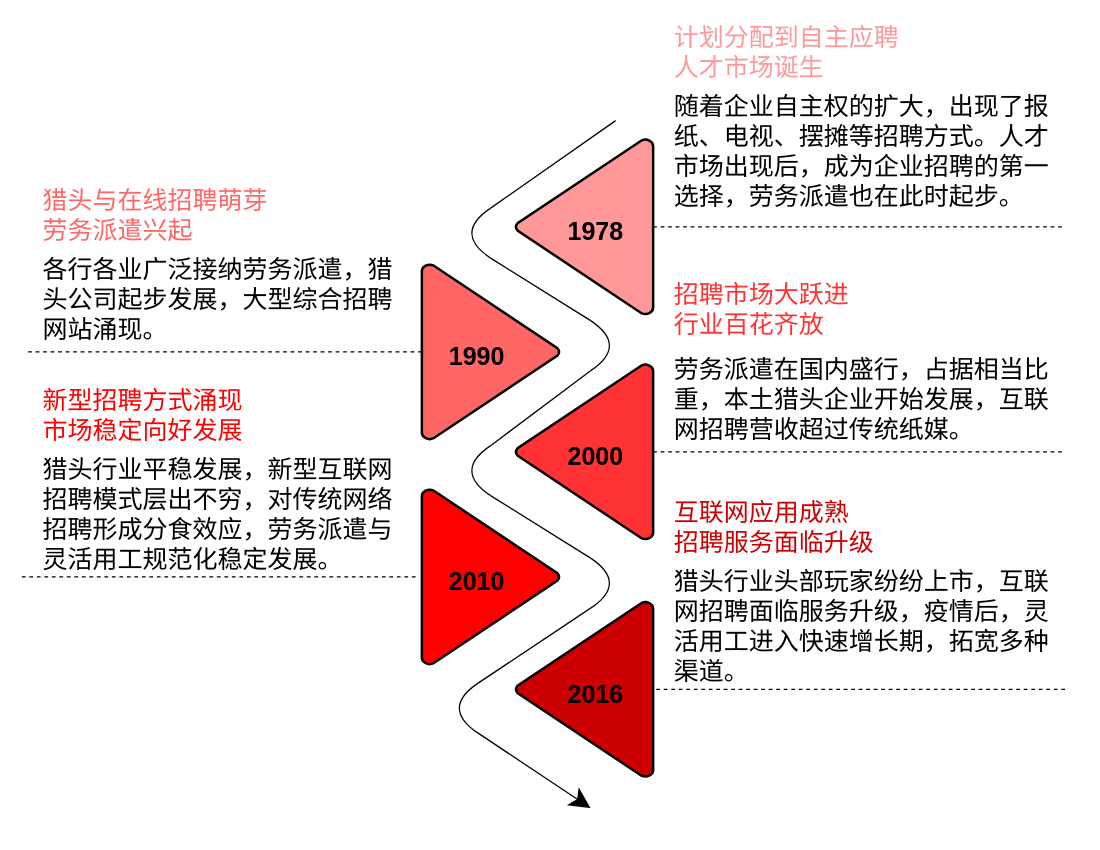
Above: page "Page-7" (7 of 7) of zhongxin1.drawio in Wenxuan-Xiao/ai20projects (draw.io), before the change. Source tidied: cells renumbered, new cells numbered last; positions are measured from the earlier drawing's top-left corner, leaving out a move shared by most shapes. Both pictures are drawn from the tidied source at 125%, with x=0, y=0 at pixel (21, 32).
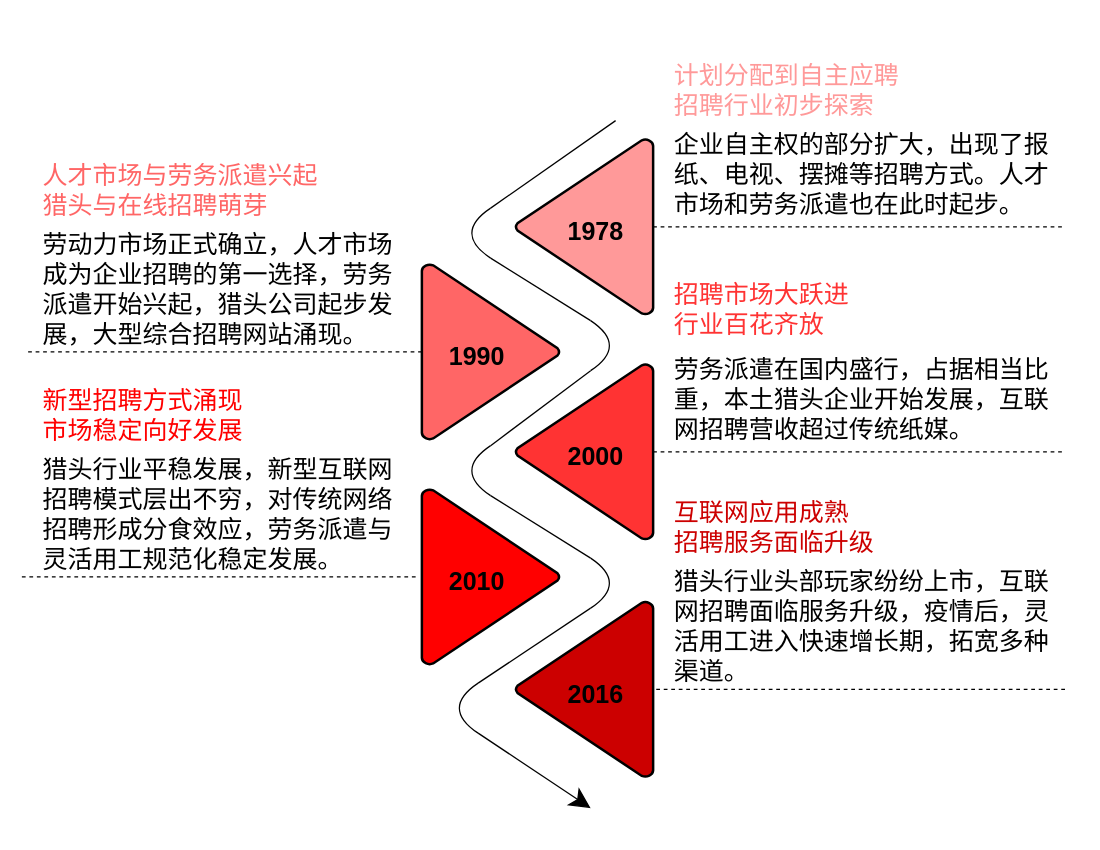
The same diagram, later.

Change to the diagram source:
```diff
@@
-    <mxCell id="12" value="&lt;font color=&quot;#ff9999&quot; face=&quot;黑体&quot;&gt;&lt;span style=&quot;font-size: 20px&quot;&gt;计划分配到自主应聘&lt;br&gt;人才市场诞生&lt;/span&gt;&lt;/font&gt;" style="text;html=1;strokeColor=none;fillColor=none;align=left;verticalAlign=middle;whiteSpace=wrap;rounded=0;dashed=1;hachureGap=4;fontColor=#FFFFFF;" parent="1" vertex="1">
-      <mxGeometry x="520" width="325" height="30" as="geometry" />
+    <mxCell id="12" value="&lt;font color=&quot;#ff9999&quot; face=&quot;黑体&quot;&gt;&lt;span style=&quot;font-size: 20px&quot;&gt;计划分配到自主应聘&lt;/span&gt;&lt;br&gt;&lt;span style=&quot;font-size: 20px&quot;&gt;招聘行业初步探索&lt;/span&gt;&lt;br&gt;&lt;/font&gt;" style="text;html=1;strokeColor=none;fillColor=none;align=left;verticalAlign=middle;whiteSpace=wrap;rounded=0;dashed=1;hachureGap=4;fontColor=#FFFFFF;" parent="1" vertex="1">
+      <mxGeometry x="520" y="30" width="325" height="30" as="geometry" />
     </mxCell>
@@
-    <mxCell id="25" value="&lt;div&gt;&lt;span style=&quot;color: rgb(0 , 0 , 0) ; font-size: 20px&quot;&gt;随着企业自主权的扩大，出现了报纸、电视、摆摊等招聘方式。人才市场出现后，成为企业招聘的第一选择，劳务派遣也在此时起步。&lt;/span&gt;&lt;br&gt;&lt;/div&gt;" style="text;whiteSpace=wrap;html=1;fontColor=#FFFFFF;fontFamily=黑体;align=left;" parent="1" vertex="1">
-      <mxGeometry x="520" y="40" width="305" height="100" as="geometry" />
+    <mxCell id="25" value="&lt;div&gt;&lt;span style=&quot;color: rgb(0 , 0 , 0) ; font-size: 20px&quot;&gt;企业自主权的部分扩大，出现了报纸、电视、摆摊等招聘方式。人才市场和劳务派遣也在此时起步。&lt;/span&gt;&lt;br&gt;&lt;/div&gt;" style="text;whiteSpace=wrap;html=1;fontColor=#FFFFFF;fontFamily=黑体;align=left;" parent="1" vertex="1">
+      <mxGeometry x="520" y="70" width="305" height="100" as="geometry" />
     </mxCell>
-    <mxCell id="26" value="&lt;font color=&quot;#ff6666&quot; face=&quot;黑体&quot;&gt;&lt;span style=&quot;font-size: 20px&quot;&gt;猎头与在线招聘萌芽&lt;br&gt;劳务派遣兴起&lt;/span&gt;&lt;/font&gt;" style="text;html=1;strokeColor=none;fillColor=none;align=left;verticalAlign=middle;whiteSpace=wrap;rounded=0;dashed=1;hachureGap=4;fontColor=#FFFFFF;" parent="1" vertex="1">
-      <mxGeometry x="15" y="130" width="210" height="30" as="geometry" />
+    <mxCell id="26" value="&lt;font color=&quot;#ff6666&quot; face=&quot;黑体&quot;&gt;&lt;span style=&quot;font-size: 20px&quot;&gt;人才市场与劳务派遣兴起&lt;br&gt;猎头与在线招聘萌芽&lt;/span&gt;&lt;/font&gt;" style="text;html=1;strokeColor=none;fillColor=none;align=left;verticalAlign=middle;whiteSpace=wrap;rounded=0;dashed=1;hachureGap=4;fontColor=#FFFFFF;" parent="1" vertex="1">
+      <mxGeometry x="15" y="110" width="240" height="30" as="geometry" />
     </mxCell>
@@
-    <mxCell id="28" value="&lt;div&gt;&lt;font color=&quot;#000000&quot;&gt;&lt;span style=&quot;font-size: 20px&quot;&gt;各行各业广泛接纳劳务派遣，猎头公司起步发展，大型综合招聘网站涌现。&lt;/span&gt;&lt;/font&gt;&lt;/div&gt;" style="text;whiteSpace=wrap;html=1;fontColor=#FFFFFF;fontFamily=黑体;align=left;" parent="1" vertex="1">
-      <mxGeometry x="15" y="170" width="300" height="80" as="geometry" />
+    <mxCell id="28" value="&lt;font color=&quot;#000000&quot;&gt;&lt;span style=&quot;font-size: 20px&quot;&gt;劳动力市场正式确立，人才市场成为企业招聘的第一选择，&lt;/span&gt;&lt;/font&gt;&lt;span style=&quot;font-size: 20px ; color: rgb(0 , 0 , 0)&quot;&gt;劳务派遣开始兴起，猎头公司起步发展，大型综合招聘网站涌现。&lt;/span&gt;&lt;font color=&quot;#000000&quot;&gt;&lt;span style=&quot;font-size: 20px&quot;&gt;&lt;br&gt;&lt;/span&gt;&lt;/font&gt;" style="text;whiteSpace=wrap;html=1;fontColor=#FFFFFF;fontFamily=黑体;align=left;" parent="1" vertex="1">
+      <mxGeometry x="15" y="150" width="300" height="80" as="geometry" />
     </mxCell>
```
